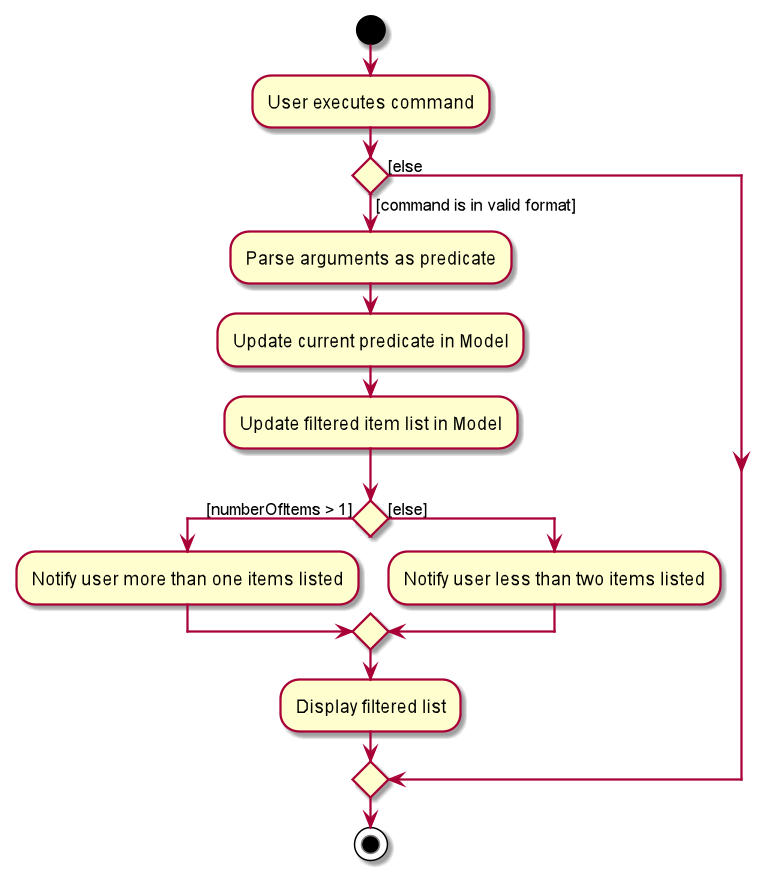
Earlier version of the PlantUML export docs/images/FindActivityDiagram.png (nus-cs2103-AY2021S2/tp).
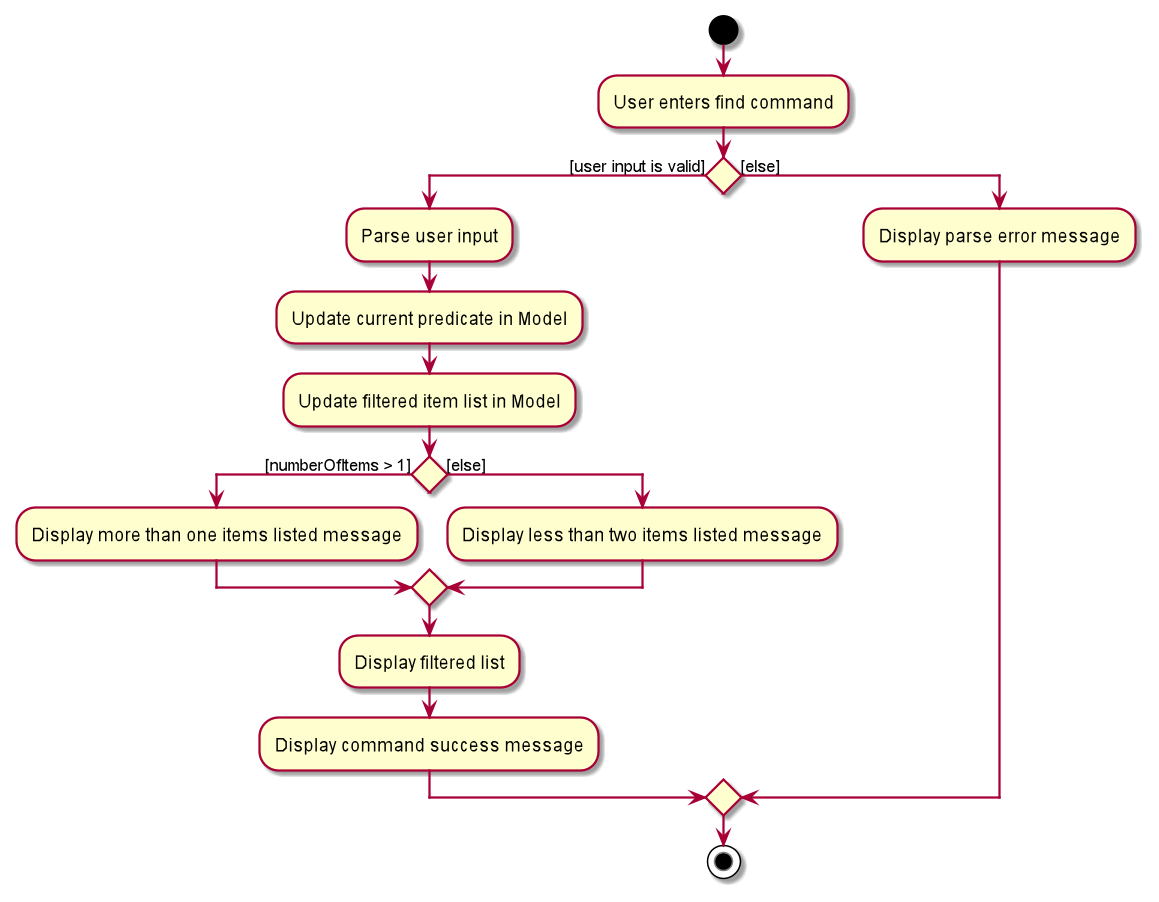
After the change.

Commit message:
Update List and Find activity diagrams

What changed in the source:
```diff
@@ -1,19 +1,21 @@
 @startuml
 start
-:User executes command;
+:User enters find command;
 
 
-if () then ([command is in valid format])
-    :Parse arguments as predicate;
+if () then ([user input is valid])
+    :Parse user input;
     :Update current predicate in Model;
     :Update filtered item list in Model;
     if () then ([numberOfItems > 1])
-    :Notify user more than one items listed;
+    :Display more than one items listed message;
     else ([else])
-    :Notify user less than two items listed;
+    :Display less than two items listed message;
     endif
     :Display filtered list;
-else ([else)
+    :Display command success message;
+else ([else])
+    :Display parse error message;
 endif
 stop
 @enduml
```
